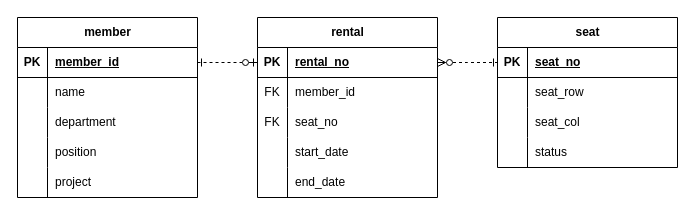
kdy0707/arranginseats keeps this draw.io diagram as doc/좌석배치.drawio. Above is the earlier version. Source tidied: cells renumbered, new cells numbered last; positions are measured from the earlier drawing's top-left corner, leaving out a move shared by most shapes. Both pictures are drawn from the tidied source at 100%, with x=0, y=0 at pixel (17, 17).
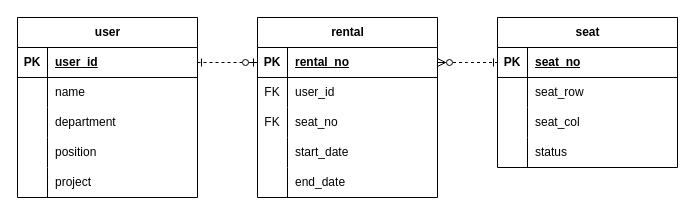
The same diagram, later.

Unchanged cells that the change refers to:
```xml
<mxCell id="3" style="shape=tableRow;horizontal=0;startSize=0;swimlaneHead=0;swimlaneBody=0;fillColor=none;points=[[0,0.5],[1,0.5]];portConstraint=eastwest;top=0;left=0;right=0;bottom=1;" parent="2" vertex="1">
  <mxGeometry y="30" width="180" height="30" as="geometry" />
</mxCell>
<mxCell id="35" style="shape=tableRow;horizontal=0;startSize=0;swimlaneHead=0;swimlaneBody=0;fillColor=none;top=0;left=0;right=0;bottom=0;" parent="31" vertex="1">
  <mxGeometry y="60" width="180" height="30" as="geometry" />
</mxCell>
```

The edit, as a diff of the source:
```diff
@@
-    <mxCell id="2" value="member" style="shape=table;startSize=30;childLayout=tableLayout;rowLines=0;fontStyle=1;align=center;html=1;" parent="1" vertex="1">
+    <mxCell id="2" value="user" style="shape=table;startSize=30;childLayout=tableLayout;rowLines=0;fontStyle=1;align=center;html=1;" parent="1" vertex="1">
       <mxGeometry width="180" height="180" as="geometry" />
     </mxCell>
@@
-    <mxCell id="5" value="member_id" style="shape=partialRectangle;fillColor=none;top=0;left=0;bottom=0;right=0;align=left;spacingLeft=6;fontStyle=5;overflow=hidden;whiteSpace=wrap;html=1;" parent="3" vertex="1">
+    <mxCell id="5" value="user_id" style="shape=partialRectangle;fillColor=none;top=0;left=0;bottom=0;right=0;align=left;spacingLeft=6;fontStyle=5;overflow=hidden;whiteSpace=wrap;html=1;" parent="3" vertex="1">
       <mxGeometry x="30" width="150" height="30" as="geometry" />
     </mxCell>
@@
-    <mxCell id="37" value="member_id" style="shape=partialRectangle;fillColor=none;top=0;left=0;bottom=0;right=0;align=left;spacingLeft=6;overflow=hidden;whiteSpace=wrap;html=1;" parent="35" vertex="1">
+    <mxCell id="37" value="user_id" style="shape=partialRectangle;fillColor=none;top=0;left=0;bottom=0;right=0;align=left;spacingLeft=6;overflow=hidden;whiteSpace=wrap;html=1;" parent="35" vertex="1">
       <mxGeometry x="30" width="150" height="30" as="geometry" />
     </mxCell>
```
